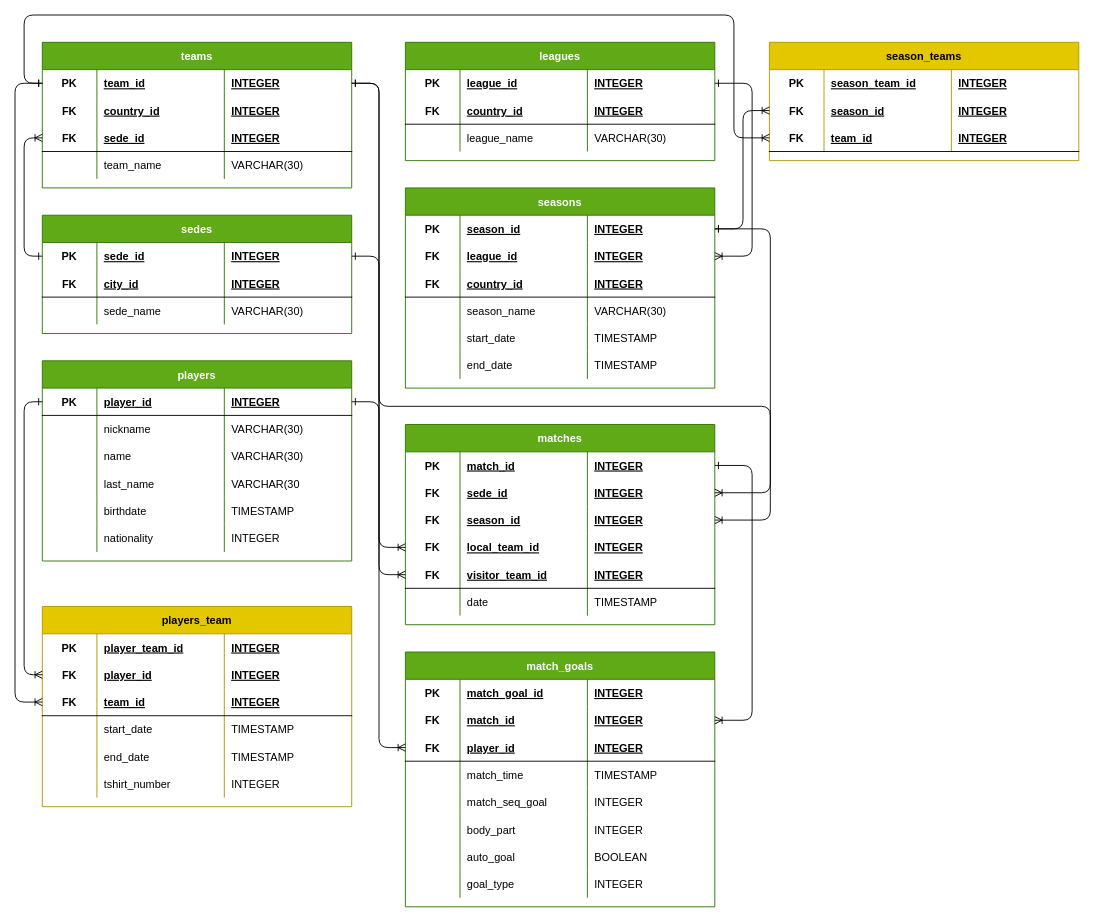
Above: page "physical" (3 of 3) of soccer_model.drawio in r3card0/soccer.stats (draw.io), before the change. Source tidied: cells renumbered, new cells numbered last; positions are measured from the earlier drawing's top-left corner, leaving out a move shared by most shapes. Both pictures are drawn from the tidied source at 91%, with x=0, y=0 at pixel (15, 15).
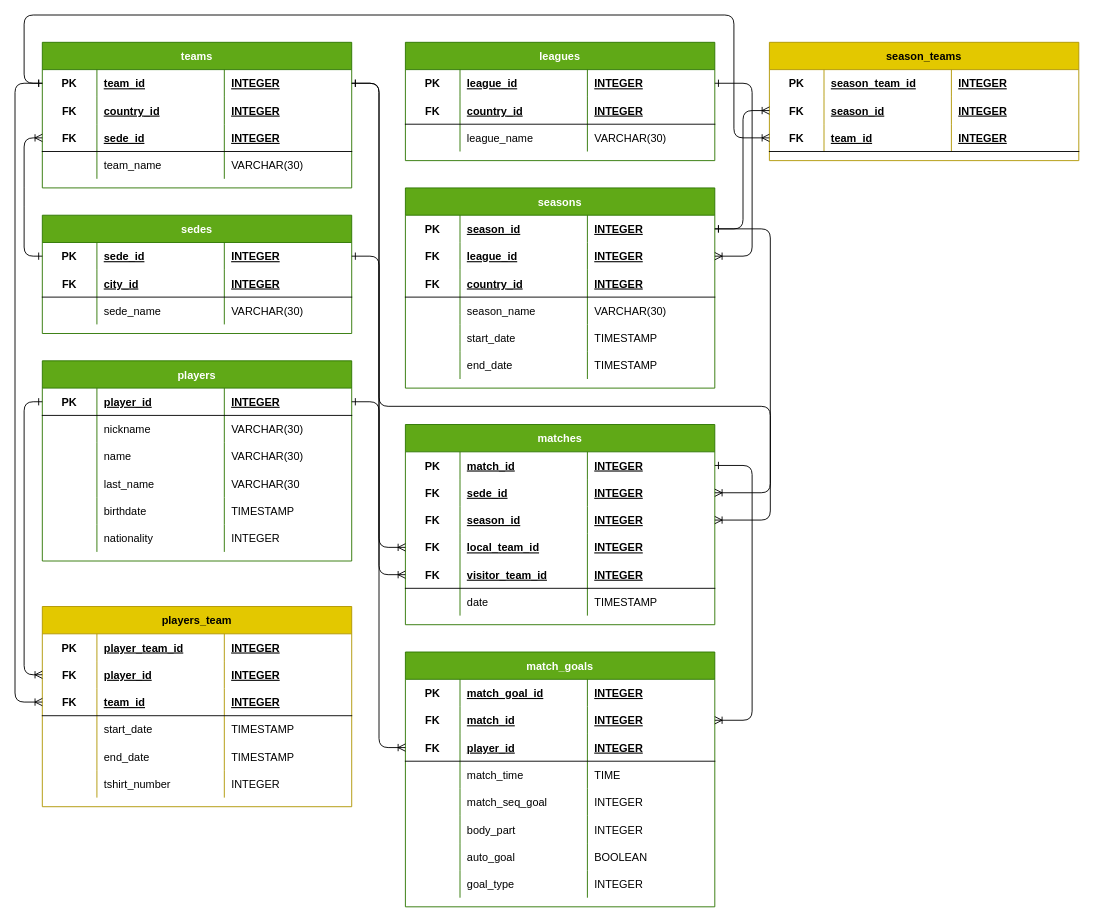
The same page after the edit.

Commit message:
data type mathc_time changed

Unchanged cells that the change refers to:
```xml
<mxCell id="181" style="shape=partialRectangle;fillColor=none;top=0;left=0;bottom=0;right=0;" parent="168" vertex="1">
  <mxGeometry y="120" width="340" height="30" as="geometry" />
</mxCell>
```

Diff of the diagram source:
```diff
@@
-    <mxCell id="184" value="TIMESTAMP" style="shape=partialRectangle;fillColor=none;top=0;left=0;bottom=0;right=0;align=left;spacingLeft=6;overflow=hidden;" parent="181" vertex="1">
+    <mxCell id="184" value="TIME" style="shape=partialRectangle;fillColor=none;top=0;left=0;bottom=0;right=0;align=left;spacingLeft=6;overflow=hidden;" parent="181" vertex="1">
       <mxGeometry x="200" width="140" height="30" as="geometry" />
     </mxCell>
```
